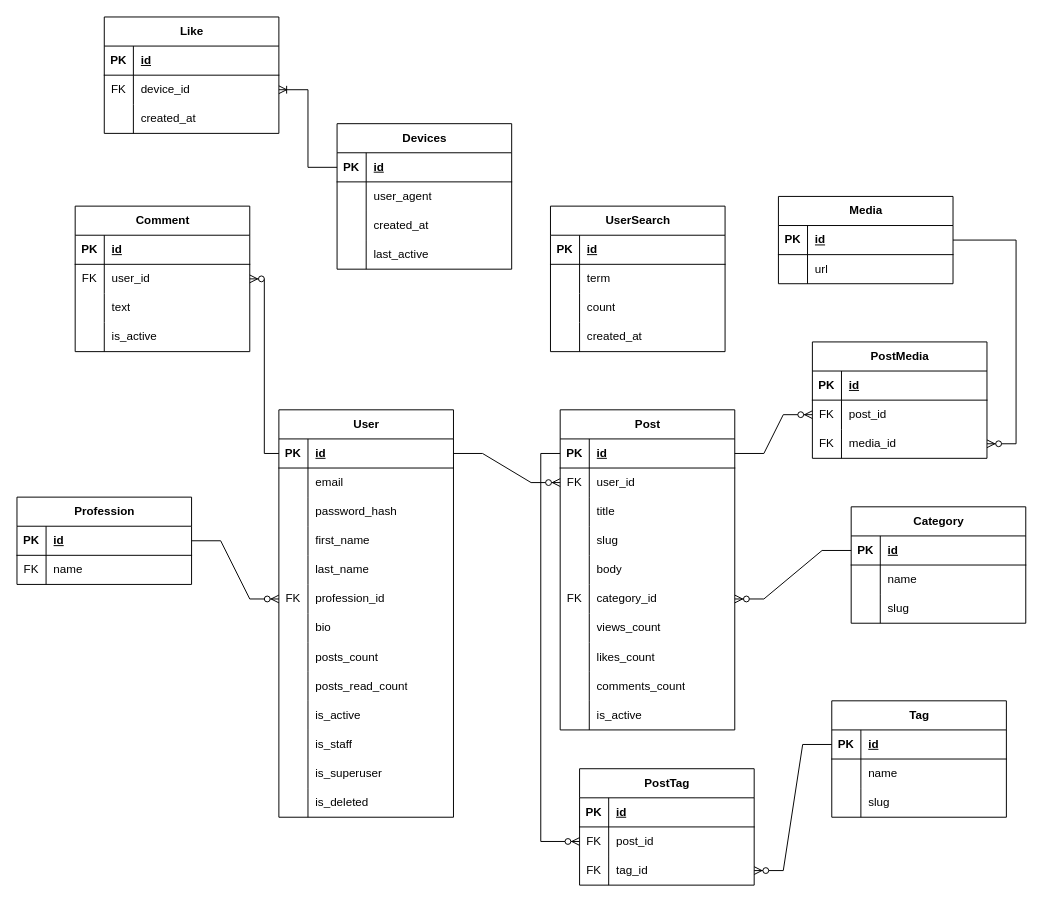
The draw.io diagram db.drawio in UIC-Academy/chesnokuz, before the edit. Source tidied: cells renumbered, new cells numbered last; positions are measured from the earlier drawing's top-left corner, leaving out a move shared by most shapes. Both pictures are drawn from the tidied source at 97%, with x=0, y=0 at pixel (16, 16).
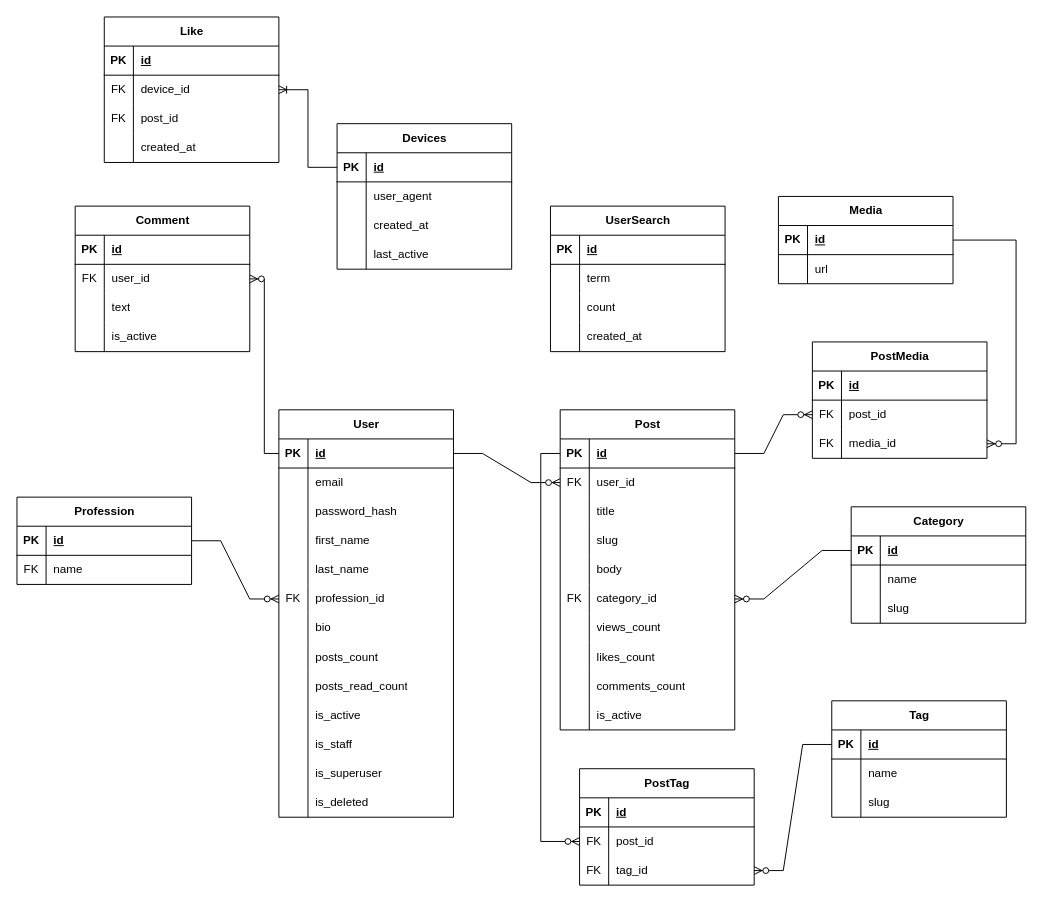
After the change.

The change refers to these unchanged cells:
```xml
<mxCell id="181" style="shape=tableRow;horizontal=0;startSize=0;swimlaneHead=0;swimlaneBody=0;fillColor=none;top=0;left=0;right=0;bottom=0;" parent="174" vertex="1">
  <mxGeometry y="90" width="180" height="30" as="geometry" />
</mxCell>
```

Diff of the diagram source:
```diff
@@
     <mxCell id="174" value="Like" style="shape=table;startSize=30;childLayout=tableLayout;rowLines=0;fontStyle=1;align=center;html=1;" parent="1" vertex="1">
-      <mxGeometry x="90" width="180" height="120" as="geometry" />
+      <mxGeometry x="90" width="180" height="150" as="geometry" />
     </mxCell>
@@
-    <mxCell id="182" style="shape=partialRectangle;fillColor=none;top=0;left=0;bottom=0;right=0;overflow=hidden;whiteSpace=wrap;html=1;" parent="181" vertex="1">
+    <mxCell id="182" value="FK" style="shape=partialRectangle;fillColor=none;top=0;left=0;bottom=0;right=0;overflow=hidden;whiteSpace=wrap;html=1;" parent="181" vertex="1">
       <mxGeometry width="30" height="30" as="geometry" />
     </mxCell>
-    <mxCell id="183" value="created_at" style="shape=partialRectangle;fillColor=none;top=0;left=0;bottom=0;right=0;align=left;spacingLeft=6;overflow=hidden;whiteSpace=wrap;html=1;" parent="181" vertex="1">
+    <mxCell id="183" value="post_id" style="shape=partialRectangle;fillColor=none;top=0;left=0;bottom=0;right=0;align=left;spacingLeft=6;overflow=hidden;whiteSpace=wrap;html=1;" parent="181" vertex="1">
       <mxGeometry x="30" width="150" height="30" as="geometry" />
     </mxCell>
+    <mxCell id="185" style="shape=tableRow;horizontal=0;startSize=0;swimlaneHead=0;swimlaneBody=0;fillColor=none;top=0;left=0;right=0;bottom=0;" parent="174" vertex="1">
+      <mxGeometry y="120" width="180" height="30" as="geometry" />
+    </mxCell>
+    <mxCell id="186" style="shape=partialRectangle;fillColor=none;top=0;left=0;bottom=0;right=0;overflow=hidden;whiteSpace=wrap;html=1;" parent="185" vertex="1">
+      <mxGeometry width="30" height="30" as="geometry" />
+    </mxCell>
+    <mxCell id="187" value="created_at" style="shape=partialRectangle;fillColor=none;top=0;left=0;bottom=0;right=0;align=left;spacingLeft=6;overflow=hidden;whiteSpace=wrap;html=1;" parent="185" vertex="1">
+      <mxGeometry x="30" width="150" height="30" as="geometry" />
+    </mxCell>
```
